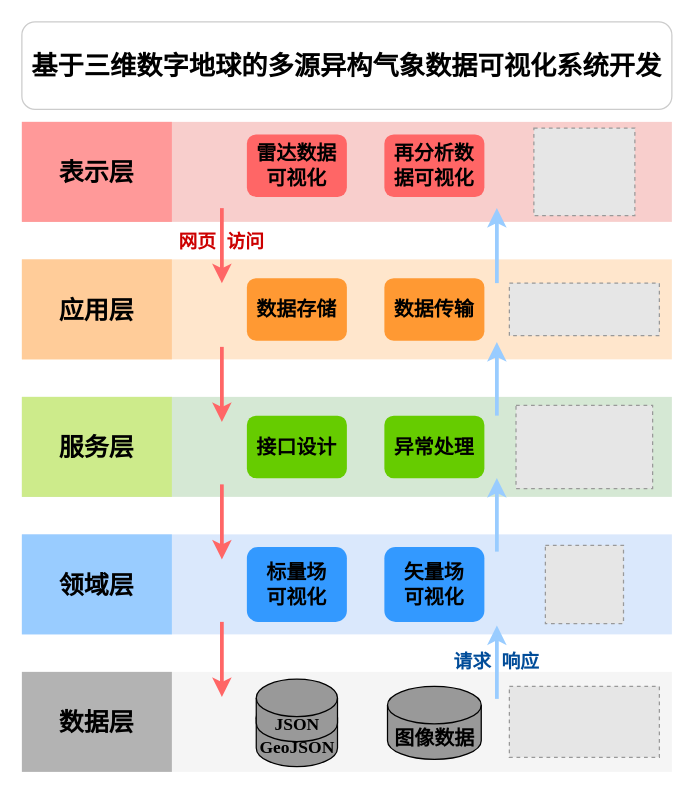
Before: 3dgis.drawio in PhysicsZhang/KnowledgeGraph, a draw.io diagram. Source tidied: cells renumbered, new cells numbered last; positions are measured from the earlier drawing's top-left corner, leaving out a move shared by most shapes. Both pictures are drawn from the tidied source at 125%, with x=0, y=0 at pixel (21, 21). Pictures stored in the file or linked from it are replaced by grey dashed boxes.
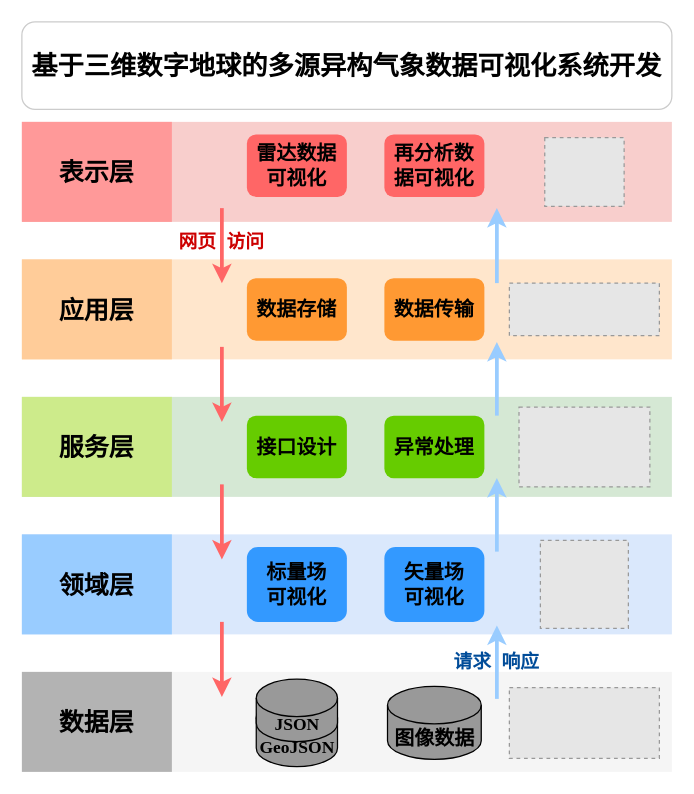
The same page after the edit.

The edit, as a diff of the source:
```diff
@@
     <mxCell id="20" style="fillColor=#E6E6E6;strokeColor=#999999;dashed=1;verticalLabelPosition=bottom;labelBackgroundColor=default;verticalAlign=top;" parent="1" vertex="1">
-      <mxGeometry x="390" y="531.6" width="120" height="56.7" as="geometry" />
+      <mxGeometry x="390" y="532.5" width="120" height="56.7" as="geometry" />
     </mxCell>
@@
-    <mxCell id="24" style="fillColor=#E6E6E6;strokeColor=#999999;dashed=1;verticalLabelPosition=bottom;labelBackgroundColor=default;verticalAlign=top;" parent="1" vertex="1">
-      <mxGeometry x="418.8" y="418.8" width="62.5" height="62.5" as="geometry" />
-    </mxCell>
@@
     <mxCell id="27" style="fillColor=#E6E6E6;strokeColor=#999999;dashed=1;verticalLabelPosition=bottom;labelBackgroundColor=default;verticalAlign=top;" parent="1" vertex="1">
-      <mxGeometry x="395.3" y="306.8" width="109.3" height="66.5" as="geometry" />
+      <mxGeometry x="397.7" y="308.2" width="104.7" height="63.7" as="geometry" />
     </mxCell>
     <mxCell id="28" style="fillColor=#E6E6E6;strokeColor=#999999;dashed=1;verticalLabelPosition=bottom;labelBackgroundColor=default;verticalAlign=top;" parent="1" vertex="1">
-      <mxGeometry x="409.6" y="85" width="80.8" height="70" as="geometry" />
+      <mxGeometry x="418.3" y="92.5" width="63.5" height="55" as="geometry" />
     </mxCell>
@@
+    <mxCell id="39" style="fillColor=#E6E6E6;strokeColor=#999999;dashed=1;verticalLabelPosition=bottom;labelBackgroundColor=default;verticalAlign=top;" parent="1" vertex="1">
+      <mxGeometry x="414.8" y="414.8" width="70.4" height="70.4" as="geometry" />
+    </mxCell>
```
